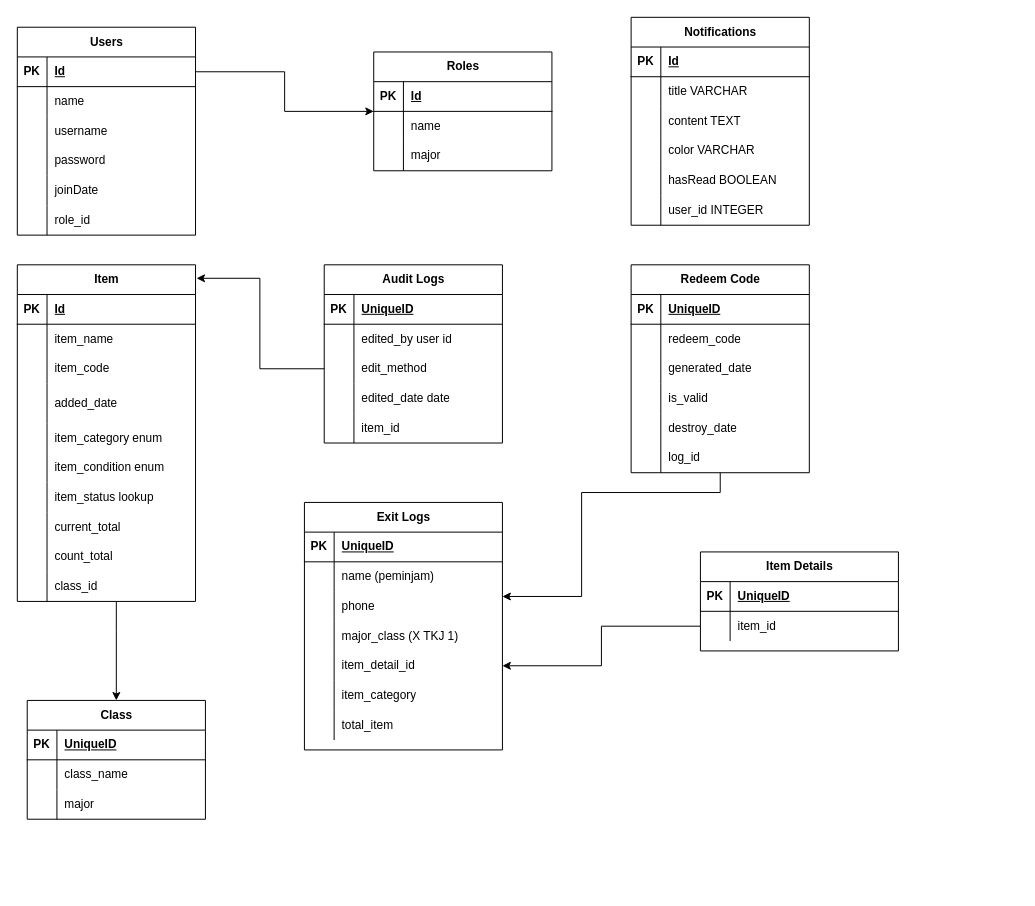
This is inventory-db.drawio from Haru-Kazumoto/inventory-app-be, a draw.io file, before an edit. Source tidied: cells renumbered, new cells numbered last; positions are measured from the earlier drawing's top-left corner, leaving out a move shared by most shapes. Both pictures are drawn from the tidied source at 99%, with x=0, y=0 at pixel (17, 17).
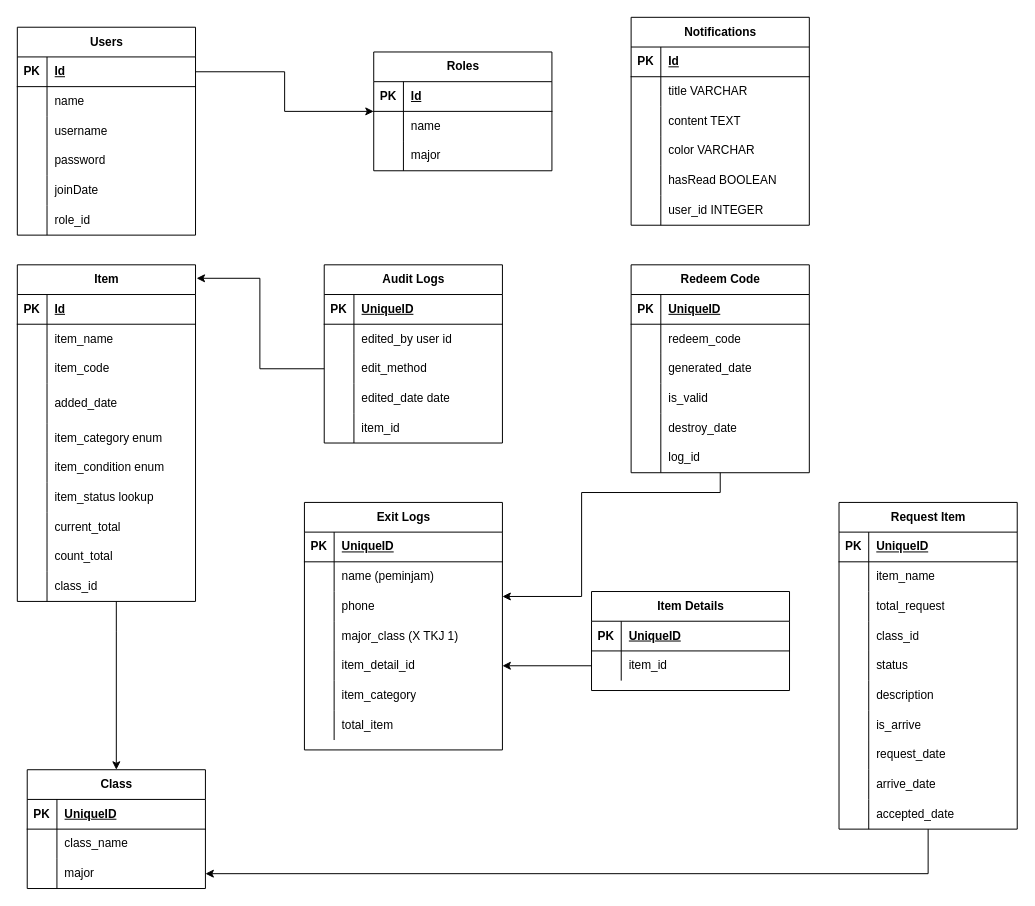
Above is the later version.

The change refers to these unchanged cells:
```xml
<mxCell id="147" style="shape=tableRow;horizontal=0;startSize=0;swimlaneHead=0;swimlaneBody=0;fillColor=none;points=[[0,0.5],[1,0.5]];portConstraint=eastwest;top=0;left=0;right=0;bottom=0;" parent="140" vertex="1">
  <mxGeometry y="90" width="180" height="30" as="geometry" />
</mxCell>
```

The edit, as a diff of the source:
```diff
@@
     <mxCell id="140" value="Class" style="shape=table;startSize=30;childLayout=tableLayout;rowLines=0;fontStyle=1;align=center;html=1;" parent="1" vertex="1">
-      <mxGeometry x="10" y="690" width="180" height="120" as="geometry" />
+      <mxGeometry x="10" y="760" width="180" height="120" as="geometry" />
     </mxCell>
@@
     <mxCell id="152" value="Item Details" style="shape=table;startSize=30;childLayout=tableLayout;rowLines=0;fontStyle=1;align=center;html=1;" parent="1" vertex="1">
-      <mxGeometry x="690" y="540" width="200" height="100" as="geometry" />
+      <mxGeometry x="580" y="580" width="200" height="100" as="geometry" />
     </mxCell>
@@
+    <mxCell id="160" style="edgeStyle=orthogonalEdgeStyle;rounded=0;jettySize=auto;html=1;entryX=1;entryY=0.5;entryDx=0;entryDy=0;" parent="1" edge="1" source="161" target="147">
+      <mxGeometry relative="1" as="geometry" />
+    </mxCell>
+    <mxCell id="161" value="Request Item" style="shape=table;startSize=30;childLayout=tableLayout;rowLines=0;fontStyle=1;align=center;html=1;" parent="1" vertex="1">
+      <mxGeometry x="830" y="490" width="180" height="330" as="geometry" />
+    </mxCell>
+    <mxCell id="162" style="shape=tableRow;horizontal=0;startSize=0;swimlaneHead=0;swimlaneBody=0;fillColor=none;top=0;left=0;right=0;bottom=1;" parent="161" vertex="1">
+      <mxGeometry y="30" width="180" height="30" as="geometry" />
+    </mxCell>
+    <mxCell id="163" value="PK" style="shape=partialRectangle;fillColor=none;top=0;left=0;bottom=0;right=0;fontStyle=1;overflow=hidden;whiteSpace=wrap;html=1;" parent="162" vertex="1">
+      <mxGeometry width="30" height="30" as="geometry" />
+    </mxCell>
+    <mxCell id="164" value="UniqueID" style="shape=partialRectangle;fillColor=none;top=0;left=0;bottom=0;right=0;align=left;spacingLeft=6;fontStyle=5;overflow=hidden;whiteSpace=wrap;html=1;" parent="162" vertex="1">
+      <mxGeometry x="30" width="150" height="30" as="geometry" />
+    </mxCell>
+    <mxCell id="165" style="shape=tableRow;horizontal=0;startSize=0;swimlaneHead=0;swimlaneBody=0;fillColor=none;top=0;left=0;right=0;bottom=0;" parent="161" vertex="1">
+      <mxGeometry y="60" width="180" height="30" as="geometry" />
+    </mxCell>
+    <mxCell id="166" style="shape=partialRectangle;fillColor=none;top=0;left=0;bottom=0;right=0;overflow=hidden;whiteSpace=wrap;html=1;" parent="165" vertex="1">
+      <mxGeometry width="30" height="30" as="geometry" />
+    </mxCell>
+    <mxCell id="167" value="item_name" style="shape=partialRectangle;fillColor=none;top=0;left=0;bottom=0;right=0;align=left;spacingLeft=6;overflow=hidden;whiteSpace=wrap;html=1;" parent="165" vertex="1">
+      <mxGeometry x="30" width="150" height="30" as="geometry" />
+    </mxCell>
+    <mxCell id="168" style="shape=tableRow;horizontal=0;startSize=0;swimlaneHead=0;swimlaneBody=0;fillColor=none;top=0;left=0;right=0;bottom=0;" parent="161" vertex="1">
+      <mxGeometry y="90" width="180" height="30" as="geometry" />
+    </mxCell>
+    <mxCell id="169" style="shape=partialRectangle;fillColor=none;top=0;left=0;bottom=0;right=0;overflow=hidden;whiteSpace=wrap;html=1;" parent="168" vertex="1">
+      <mxGeometry width="30" height="30" as="geometry" />
+    </mxCell>
+    <mxCell id="170" value="total_request" style="shape=partialRectangle;fillColor=none;top=0;left=0;bottom=0;right=0;align=left;spacingLeft=6;overflow=hidden;whiteSpace=wrap;html=1;" parent="168" vertex="1">
+      <mxGeometry x="30" width="150" height="30" as="geometry" />
+    </mxCell>
+    <mxCell id="171" style="shape=tableRow;horizontal=0;startSize=0;swimlaneHead=0;swimlaneBody=0;fillColor=none;top=0;left=0;right=0;bottom=0;" parent="161" vertex="1">
+      <mxGeometry y="120" width="180" height="30" as="geometry" />
+    </mxCell>
+    <mxCell id="172" style="shape=partialRectangle;fillColor=none;top=0;left=0;bottom=0;right=0;overflow=hidden;whiteSpace=wrap;html=1;" parent="171" vertex="1">
+      <mxGeometry width="30" height="30" as="geometry" />
+    </mxCell>
+    <mxCell id="173" value="class_id" style="shape=partialRectangle;fillColor=none;top=0;left=0;bottom=0;right=0;align=left;spacingLeft=6;overflow=hidden;whiteSpace=wrap;html=1;" parent="171" vertex="1">
+      <mxGeometry x="30" width="150" height="30" as="geometry" />
+    </mxCell>
+    <mxCell id="174" style="shape=tableRow;horizontal=0;startSize=0;swimlaneHead=0;swimlaneBody=0;fillColor=none;top=0;left=0;right=0;bottom=0;" parent="161" vertex="1">
+      <mxGeometry y="150" width="180" height="30" as="geometry" />
+    </mxCell>
+    <mxCell id="175" style="shape=partialRectangle;fillColor=none;top=0;left=0;bottom=0;right=0;overflow=hidden;whiteSpace=wrap;html=1;" parent="174" vertex="1">
+      <mxGeometry width="30" height="30" as="geometry" />
+    </mxCell>
+    <mxCell id="176" value="status" style="shape=partialRectangle;fillColor=none;top=0;left=0;bottom=0;right=0;align=left;spacingLeft=6;overflow=hidden;whiteSpace=wrap;html=1;" parent="174" vertex="1">
+      <mxGeometry x="30" width="150" height="30" as="geometry" />
+    </mxCell>
+    <mxCell id="177" style="shape=tableRow;horizontal=0;startSize=0;swimlaneHead=0;swimlaneBody=0;fillColor=none;top=0;left=0;right=0;bottom=0;" parent="161" vertex="1">
+      <mxGeometry y="180" width="180" height="30" as="geometry" />
+    </mxCell>
+    <mxCell id="178" style="shape=partialRectangle;fillColor=none;top=0;left=0;bottom=0;right=0;overflow=hidden;whiteSpace=wrap;html=1;" parent="177" vertex="1">
+      <mxGeometry width="30" height="30" as="geometry" />
+    </mxCell>
+    <mxCell id="179" value="description" style="shape=partialRectangle;fillColor=none;top=0;left=0;bottom=0;right=0;align=left;spacingLeft=6;overflow=hidden;whiteSpace=wrap;html=1;" parent="177" vertex="1">
+      <mxGeometry x="30" width="150" height="30" as="geometry" />
+    </mxCell>
+    <mxCell id="180" style="shape=tableRow;horizontal=0;startSize=0;swimlaneHead=0;swimlaneBody=0;fillColor=none;top=0;left=0;right=0;bottom=0;" parent="161" vertex="1">
+      <mxGeometry y="210" width="180" height="30" as="geometry" />
+    </mxCell>
+    <mxCell id="181" style="shape=partialRectangle;fillColor=none;top=0;left=0;bottom=0;right=0;overflow=hidden;whiteSpace=wrap;html=1;" parent="180" vertex="1">
+      <mxGeometry width="30" height="30" as="geometry" />
+    </mxCell>
+    <mxCell id="182" value="is_arrive" style="shape=partialRectangle;fillColor=none;top=0;left=0;bottom=0;right=0;align=left;spacingLeft=6;overflow=hidden;whiteSpace=wrap;html=1;" parent="180" vertex="1">
+      <mxGeometry x="30" width="150" height="30" as="geometry" />
+    </mxCell>
+    <mxCell id="183" style="shape=tableRow;horizontal=0;startSize=0;swimlaneHead=0;swimlaneBody=0;fillColor=none;top=0;left=0;right=0;bottom=0;" parent="161" vertex="1">
+      <mxGeometry y="240" width="180" height="30" as="geometry" />
+    </mxCell>
+    <mxCell id="184" style="shape=partialRectangle;fillColor=none;top=0;left=0;bottom=0;right=0;overflow=hidden;whiteSpace=wrap;html=1;" parent="183" vertex="1">
+      <mxGeometry width="30" height="30" as="geometry" />
+    </mxCell>
+    <mxCell id="185" value="request_date" style="shape=partialRectangle;fillColor=none;top=0;left=0;bottom=0;right=0;align=left;spacingLeft=6;overflow=hidden;whiteSpace=wrap;html=1;" parent="183" vertex="1">
+      <mxGeometry x="30" width="150" height="30" as="geometry" />
+    </mxCell>
+    <mxCell id="186" style="shape=tableRow;horizontal=0;startSize=0;swimlaneHead=0;swimlaneBody=0;fillColor=none;top=0;left=0;right=0;bottom=0;" parent="161" vertex="1">
+      <mxGeometry y="270" width="180" height="30" as="geometry" />
+    </mxCell>
+    <mxCell id="187" style="shape=partialRectangle;fillColor=none;top=0;left=0;bottom=0;right=0;overflow=hidden;whiteSpace=wrap;html=1;" parent="186" vertex="1">
+      <mxGeometry width="30" height="30" as="geometry" />
+    </mxCell>
+    <mxCell id="188" value="arrive_date" style="shape=partialRectangle;fillColor=none;top=0;left=0;bottom=0;right=0;align=left;spacingLeft=6;overflow=hidden;whiteSpace=wrap;html=1;" parent="186" vertex="1">
+      <mxGeometry x="30" width="150" height="30" as="geometry" />
+    </mxCell>
+    <mxCell id="189" style="shape=tableRow;horizontal=0;startSize=0;swimlaneHead=0;swimlaneBody=0;fillColor=none;top=0;left=0;right=0;bottom=0;" parent="161" vertex="1">
+      <mxGeometry y="300" width="180" height="30" as="geometry" />
+    </mxCell>
+    <mxCell id="190" style="shape=partialRectangle;fillColor=none;top=0;left=0;bottom=0;right=0;overflow=hidden;whiteSpace=wrap;html=1;" parent="189" vertex="1">
+      <mxGeometry width="30" height="30" as="geometry" />
+    </mxCell>
+    <mxCell id="191" value="accepted_date" style="shape=partialRectangle;fillColor=none;top=0;left=0;bottom=0;right=0;align=left;spacingLeft=6;overflow=hidden;whiteSpace=wrap;html=1;" parent="189" vertex="1">
+      <mxGeometry x="30" width="150" height="30" as="geometry" />
+    </mxCell>
```
